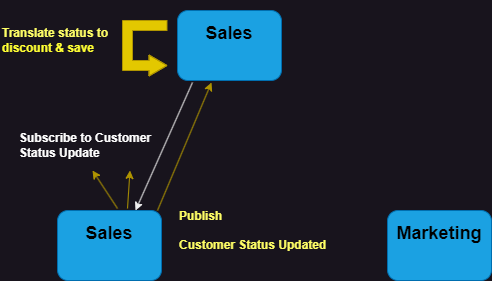
The draw.io diagram assets/img/distributed-system/service.png in Sukuna963/Sukuna963.github.io, before a commit. Source tidied: cells renumbered, new cells last; positions are measured from the earlier drawing's top-left corner, leaving out a move shared by most shapes.
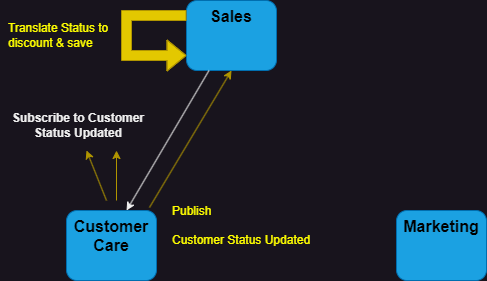
After the change.

Change to the diagram source:
```diff
@@ -2,51 +2,51 @@
   <root>
     <mxCell id="0" />
     <mxCell id="1" parent="0" />
-    <mxCell id="2" value="Sales" style="rounded=1;whiteSpace=wrap;html=1;fillColor=#1ba1e2;fontColor=#000000;strokeColor=#006EAF;fontStyle=1;fontSize=18;horizontal=1;labelPosition=center;verticalLabelPosition=middle;align=center;verticalAlign=middle;spacingLeft=0;spacingBottom=25;" parent="1" vertex="1">
-      <mxGeometry x="177" y="10" width="104" height="70" as="geometry" />
-    </mxCell>
-    <mxCell id="3" style="shape=flexArrow;endArrow=classic;html=1;rounded=0;endWidth=10;endSize=5.67;fontSize=11;fillColor=#e3c800;strokeColor=#B09500;strokeWidth=1;" parent="1" edge="1">
-      <mxGeometry relative="1" as="geometry">
-        <mxPoint x="167" y="25" as="sourcePoint" />
-        <mxPoint x="167" y="65" as="targetPoint" />
-        <Array as="points">
-          <mxPoint x="127" y="25" />
-          <mxPoint x="127" y="65" />
-        </Array>
-      </mxGeometry>
-    </mxCell>
-    <mxCell id="4" value="Sales" style="rounded=1;whiteSpace=wrap;html=1;fillColor=#1ba1e2;fontColor=#000000;strokeColor=#006EAF;fontStyle=1;fontSize=18;horizontal=1;labelPosition=center;verticalLabelPosition=middle;align=center;verticalAlign=middle;spacingLeft=0;spacingBottom=25;" parent="1" vertex="1">
-      <mxGeometry x="57" y="210" width="104" height="70" as="geometry" />
-    </mxCell>
+    <mxCell id="13" value="&lt;b&gt;&lt;font color=&quot;#000000&quot; style=&quot;font-size: 16px;&quot;&gt;Sales&lt;/font&gt;&lt;/b&gt;" style="rounded=1;whiteSpace=wrap;html=1;fillColor=#1ba1e2;fontColor=#ffffff;strokeColor=#006EAF;verticalAlign=top;" parent="1" vertex="1">
+      <mxGeometry x="187" y="280" width="90" height="70" as="geometry" />
+    </mxCell>
+    <mxCell id="14" style="shape=flexArrow;endArrow=classic;html=1;rounded=0;fontColor=#FFFF00;fillColor=#e3c800;strokeColor=#B09500;" parent="1" edge="1">
+      <mxGeometry relative="1" as="geometry">
+        <mxPoint x="187" y="295" as="sourcePoint" />
+        <mxPoint x="187" y="335" as="targetPoint" />
+        <Array as="points">
+          <mxPoint x="127" y="295" />
+          <mxPoint x="127" y="335" />
+        </Array>
+      </mxGeometry>
+    </mxCell>
+    <mxCell id="15" value="&lt;font color=&quot;#000000&quot;&gt;&lt;span style=&quot;font-size: 16px;&quot;&gt;&lt;b&gt;Customer&lt;/b&gt;&lt;/span&gt;&lt;/font&gt;&lt;div&gt;&lt;font color=&quot;#000000&quot;&gt;&lt;span style=&quot;font-size: 16px;&quot;&gt;&lt;b&gt;Care&lt;/b&gt;&lt;/span&gt;&lt;/font&gt;&lt;/div&gt;" style="rounded=1;whiteSpace=wrap;html=1;fillColor=#1ba1e2;fontColor=#ffffff;strokeColor=#006EAF;verticalAlign=top;" parent="1" vertex="1">
+      <mxGeometry x="67" y="490" width="90" height="70" as="geometry" />
+    </mxCell>
-    <mxCell id="5" value="Marketing" style="rounded=1;whiteSpace=wrap;html=1;fillColor=#1ba1e2;fontColor=#000000;strokeColor=#006EAF;fontStyle=1;fontSize=18;horizontal=1;labelPosition=center;verticalLabelPosition=middle;align=center;verticalAlign=middle;spacingLeft=0;spacingBottom=25;" parent="1" vertex="1">
-      <mxGeometry x="387" y="210" width="104" height="70" as="geometry" />
+    <mxCell id="5" value="&lt;font color=&quot;#000000&quot;&gt;&lt;span style=&quot;font-size: 16px;&quot;&gt;&lt;b&gt;Marketing&lt;/b&gt;&lt;/span&gt;&lt;/font&gt;" style="rounded=1;whiteSpace=wrap;html=1;fillColor=#1ba1e2;fontColor=#ffffff;strokeColor=#006EAF;verticalAlign=top;" parent="1" vertex="1">
+      <mxGeometry x="397" y="490" width="90" height="70" as="geometry" />
     </mxCell>
-    <mxCell id="6" style="endArrow=classic;html=1;rounded=0;exitX=0.144;exitY=1.029;exitDx=0;exitDy=0;exitPerimeter=0;entryX=0.75;entryY=0;entryDx=0;entryDy=0;" parent="1" edge="1" source="2" target="4">
-      <mxGeometry relative="1" as="geometry" />
-    </mxCell>
-    <mxCell id="7" style="endArrow=classic;html=1;rounded=0;exitX=0.942;exitY=-0.029;exitDx=0;exitDy=0;exitPerimeter=0;entryX=0.327;entryY=1.029;entryDx=0;entryDy=0;entryPerimeter=0;fillColor=#e3c800;strokeColor=#B09500;" parent="1" edge="1" target="2">
-      <mxGeometry relative="1" as="geometry">
-        <mxPoint x="157" y="210" as="sourcePoint" />
-      </mxGeometry>
-    </mxCell>
-    <mxCell id="8" style="endArrow=classic;html=1;rounded=0;exitX=0.942;exitY=-0.029;exitDx=0;exitDy=0;exitPerimeter=0;fillColor=#e3c800;strokeColor=#B09500;entryX=0.75;entryY=1;entryDx=0;entryDy=0;" parent="1" edge="1" target="12">
-      <mxGeometry relative="1" as="geometry">
-        <mxPoint x="127" y="208" as="sourcePoint" />
-      </mxGeometry>
-    </mxCell>
-    <mxCell id="9" style="endArrow=classic;html=1;rounded=0;exitX=0.942;exitY=-0.029;exitDx=0;exitDy=0;exitPerimeter=0;fillColor=#e3c800;strokeColor=#B09500;entryX=0.5;entryY=1;entryDx=0;entryDy=0;" parent="1" edge="1" target="12">
-      <mxGeometry relative="1" as="geometry">
-        <mxPoint x="117" y="208" as="sourcePoint" />
-      </mxGeometry>
-    </mxCell>
+    <mxCell id="16" style="endArrow=classic;html=1;rounded=0;entryX=0.5;entryY=1;entryDx=0;entryDy=0;exitX=0.922;exitY=-0.043;exitDx=0;exitDy=0;fillColor=#e3c800;strokeColor=#B09500;exitPerimeter=0;" parent="1" edge="1" source="15" target="13">
+      <mxGeometry relative="1" as="geometry" />
+    </mxCell>
+    <mxCell id="17" style="endArrow=classic;html=1;rounded=0;exitX=0.25;exitY=1;exitDx=0;exitDy=0;entryX=0.667;entryY=0;entryDx=0;entryDy=0;entryPerimeter=0;" parent="1" edge="1" source="13" target="15">
+      <mxGeometry relative="1" as="geometry" />
+    </mxCell>
+    <mxCell id="18" style="endArrow=classic;html=1;rounded=0;fillColor=#e3c800;strokeColor=#B09500;" parent="1" edge="1">
+      <mxGeometry relative="1" as="geometry">
+        <mxPoint x="117" y="480" as="sourcePoint" />
+        <mxPoint x="117" y="430" as="targetPoint" />
+      </mxGeometry>
+    </mxCell>
+    <mxCell id="19" style="endArrow=classic;html=1;rounded=0;fillColor=#e3c800;strokeColor=#B09500;" parent="1" edge="1">
+      <mxGeometry relative="1" as="geometry">
+        <mxPoint x="107" y="480" as="sourcePoint" />
+        <mxPoint x="87" y="430" as="targetPoint" />
+      </mxGeometry>
+    </mxCell>
+    <mxCell id="20" value="&lt;font color=&quot;#ffff00&quot;&gt;Translate Status to&lt;/font&gt;&lt;div&gt;&lt;font color=&quot;#ffff00&quot;&gt;discount &amp;amp; save&lt;/font&gt;&lt;/div&gt;" style="text;html=1;align=left;verticalAlign=middle;whiteSpace=wrap;rounded=0;" parent="1" vertex="1">
+      <mxGeometry x="7" y="290" width="120" height="50" as="geometry" />
+    </mxCell>
+    <mxCell id="21" value="&lt;b&gt;Subscribe to Customer&lt;/b&gt;&lt;div&gt;&lt;b&gt;Status Updated&lt;/b&gt;&lt;/div&gt;" style="text;html=1;align=center;verticalAlign=middle;whiteSpace=wrap;rounded=0;" parent="1" vertex="1">
+      <mxGeometry x="1" y="380" width="156" height="50" as="geometry" />
+    </mxCell>
-    <mxCell id="10" value="&lt;font color=&quot;#ffff66&quot;&gt;&lt;b&gt;Publish&lt;/b&gt;&lt;/font&gt;&lt;div&gt;&lt;font color=&quot;#ffff66&quot;&gt;&lt;b&gt;&lt;br&gt;&lt;/b&gt;&lt;/font&gt;&lt;div&gt;&lt;font color=&quot;#ffff66&quot;&gt;&lt;b&gt;Customer Status Updated&lt;/b&gt;&lt;/font&gt;&lt;/div&gt;&lt;/div&gt;" style="text;html=1;align=left;verticalAlign=middle;whiteSpace=wrap;rounded=0;" parent="1" vertex="1">
-      <mxGeometry x="177" y="190" width="160" height="80" as="geometry" />
+    <mxCell id="10" value="&lt;font color=&quot;#ffff00&quot;&gt;Publish&lt;/font&gt;&lt;div&gt;&lt;font color=&quot;#ffff00&quot;&gt;&lt;br&gt;&lt;/font&gt;&lt;div&gt;&lt;font color=&quot;#ffff00&quot;&gt;Customer Status Updated&lt;/font&gt;&lt;/div&gt;&lt;/div&gt;" style="text;html=1;align=left;verticalAlign=middle;whiteSpace=wrap;rounded=0;" parent="1" vertex="1">
+      <mxGeometry x="171" y="475" width="160" height="60" as="geometry" />
     </mxCell>
-    <mxCell id="11" value="&lt;b&gt;&lt;font color=&quot;#ffff66&quot;&gt;Translate status to&lt;/font&gt;&lt;br&gt;&lt;/b&gt;&lt;div&gt;&lt;div&gt;&lt;font color=&quot;#ffff33&quot;&gt;&lt;b&gt;discount &amp;amp; save&lt;/b&gt;&lt;/font&gt;&lt;/div&gt;&lt;/div&gt;" style="text;html=1;align=left;verticalAlign=middle;whiteSpace=wrap;rounded=0;" parent="1" vertex="1">
-      <mxGeometry width="117" height="80" as="geometry" />
-    </mxCell>
-    <mxCell id="12" value="&lt;font color=&quot;#ffffff&quot;&gt;&lt;b&gt;Subscribe to Customer&lt;/b&gt;&lt;/font&gt;&lt;div&gt;&lt;font color=&quot;#ffffff&quot;&gt;&lt;b&gt;Status Update&lt;/b&gt;&lt;/font&gt;&lt;/div&gt;" style="text;html=1;align=left;verticalAlign=middle;whiteSpace=wrap;rounded=0;" parent="1" vertex="1">
-      <mxGeometry x="17" y="120" width="150" height="50" as="geometry" />
-    </mxCell>
   </root>
 </mxGraphModel>
```
